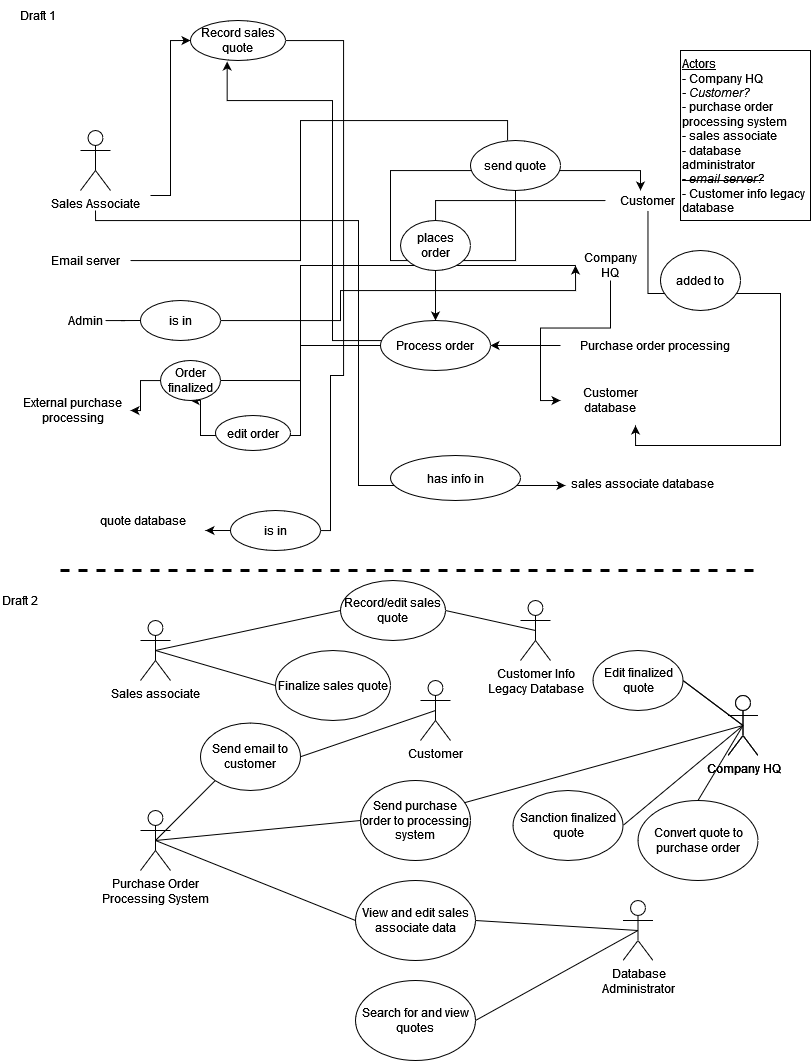
This is Case use Ojas version.drawio.png from ojsi/CSCI467-project, a draw.io export, as it was before one commit. Source tidied: cells renumbered, new cells last; positions are measured from the earlier drawing's top-left corner, leaving out a move shared by most shapes.
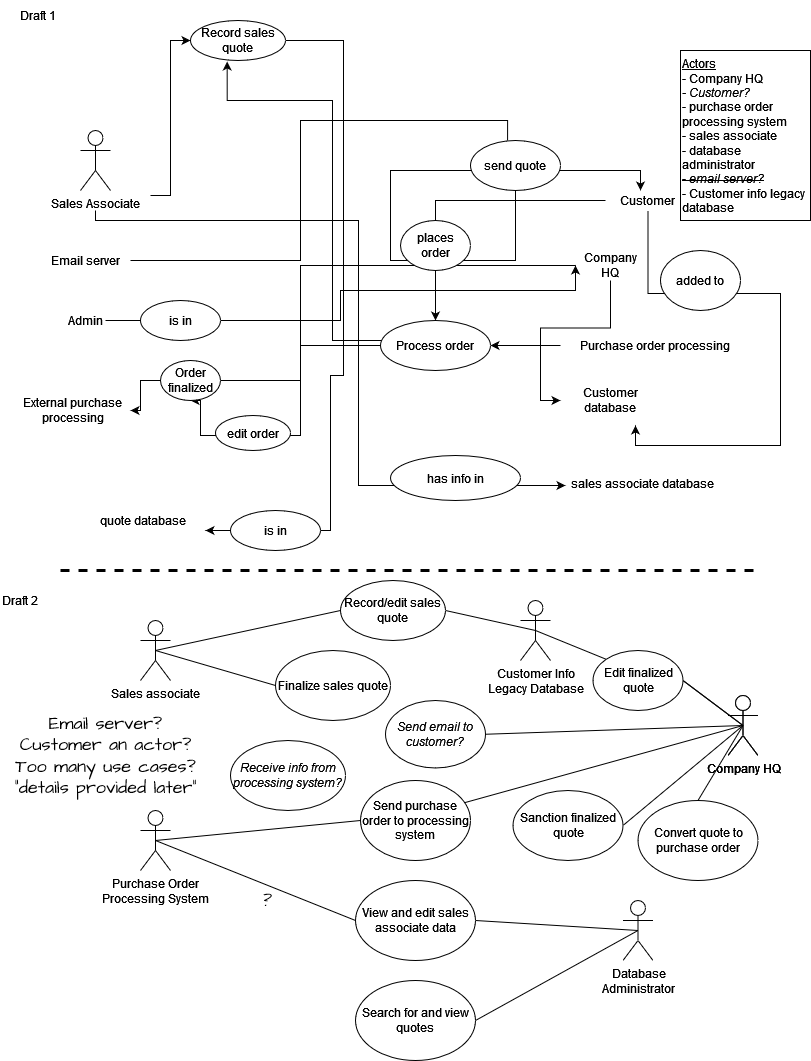
Above is the later version.

Commit message:
10/3/21 revision of use case model

Diff of the diagram source:
```diff
@@ -185,9 +185,6 @@
     <mxCell id="45" value="&lt;div&gt;Purchase Order&lt;/div&gt;&lt;div&gt;Processing System&lt;br&gt;&lt;/div&gt;" style="shape=umlActor;verticalLabelPosition=bottom;verticalAlign=top;html=1;outlineConnect=0;hachureGap=4;" parent="1" vertex="1">
       <mxGeometry x="140" y="810" width="30" height="60" as="geometry" />
     </mxCell>
-    <mxCell id="46" value="Customer" style="shape=umlActor;verticalLabelPosition=bottom;verticalAlign=top;html=1;outlineConnect=0;hachureGap=4;" parent="1" vertex="1">
-      <mxGeometry x="420" y="680" width="30" height="60" as="geometry" />
-    </mxCell>
     <mxCell id="47" style="edgeStyle=none;curved=1;rounded=0;jettySize=auto;html=1;exitX=0.5;exitY=0.5;exitDx=0;exitDy=0;exitPerimeter=0;entryX=1;entryY=0.5;entryDx=0;entryDy=0;endArrow=none;endFill=0;startSize=14;endSize=14;sourcePerimeterSpacing=8;targetPerimeterSpacing=8;strokeWidth=1;" parent="1" edge="1" source="48" target="49">
       <mxGeometry relative="1" as="geometry" />
     </mxCell>
@@ -220,11 +217,8 @@
     <mxCell id="56" style="endArrow=none;html=1;startSize=14;endSize=14;sourcePerimeterSpacing=8;targetPerimeterSpacing=8;exitX=0.5;exitY=0;exitDx=0;exitDy=0;entryX=0.5;entryY=0.5;entryDx=0;entryDy=0;entryPerimeter=0;" parent="1" edge="1" source="55" target="67">
       <mxGeometry relative="1" as="geometry" />
     </mxCell>
-    <mxCell id="57" style="edgeStyle=none;curved=1;rounded=0;jettySize=auto;html=1;exitX=0;exitY=1;exitDx=0;exitDy=0;entryX=0.5;entryY=0.5;entryDx=0;entryDy=0;entryPerimeter=0;endArrow=none;endFill=0;startSize=14;endSize=14;sourcePerimeterSpacing=8;targetPerimeterSpacing=8;strokeWidth=1;" parent="1" edge="1" source="58" target="45">
-      <mxGeometry relative="1" as="geometry" />
-    </mxCell>
-    <mxCell id="58" value="Send email to customer" style="ellipse;whiteSpace=wrap;html=1;hachureGap=4;" parent="1" vertex="1">
-      <mxGeometry x="200" y="722.5" width="100" height="67.5" as="geometry" />
+    <mxCell id="58" value="Send email to customer?" style="ellipse;whiteSpace=wrap;html=1;hachureGap=4;fontStyle=2;" parent="1" vertex="1">
+      <mxGeometry x="385" y="700" width="100" height="67.5" as="geometry" />
     </mxCell>
     <mxCell id="59" style="edgeStyle=none;curved=1;rounded=0;jettySize=auto;html=1;exitX=0;exitY=0.5;exitDx=0;exitDy=0;entryX=0.5;entryY=0.5;entryDx=0;entryDy=0;entryPerimeter=0;endArrow=none;endFill=0;startSize=14;endSize=14;sourcePerimeterSpacing=8;targetPerimeterSpacing=8;strokeWidth=1;" parent="1" edge="1" source="60" target="45">
       <mxGeometry relative="1" as="geometry" />
@@ -235,9 +229,6 @@
     <mxCell id="61" value="View and edit sales associate data" style="ellipse;whiteSpace=wrap;html=1;hachureGap=4;" parent="1" vertex="1">
       <mxGeometry x="355" y="880" width="120" height="80" as="geometry" />
     </mxCell>
-    <mxCell id="62" style="endArrow=none;html=1;startSize=14;endSize=14;sourcePerimeterSpacing=8;targetPerimeterSpacing=8;entryX=1;entryY=0.5;entryDx=0;entryDy=0;exitX=0.5;exitY=0.5;exitDx=0;exitDy=0;exitPerimeter=0;" parent="1" edge="1" source="46" target="58">
-      <mxGeometry relative="1" as="geometry" />
-    </mxCell>
     <mxCell id="63" style="endArrow=none;html=1;startSize=14;endSize=14;sourcePerimeterSpacing=8;targetPerimeterSpacing=8;entryX=0.5;entryY=0.5;entryDx=0;entryDy=0;entryPerimeter=0;exitX=0;exitY=0.5;exitDx=0;exitDy=0;" parent="1" edge="1" source="61" target="45">
       <mxGeometry relative="1" as="geometry" />
     </mxCell>
@@ -265,5 +256,20 @@
     <mxCell id="71" value="Draft 2" style="text;html=1;strokeColor=none;fillColor=none;align=center;verticalAlign=middle;whiteSpace=wrap;rounded=0;hachureGap=4;" parent="1" vertex="1">
       <mxGeometry y="590" width="40" height="20" as="geometry" />
     </mxCell>
+    <mxCell id="72" style="endArrow=none;html=1;startSize=14;endSize=14;sourcePerimeterSpacing=8;targetPerimeterSpacing=8;entryX=0;entryY=0;entryDx=0;entryDy=0;exitX=0.5;exitY=0.5;exitDx=0;exitDy=0;exitPerimeter=0;" parent="1" edge="1" source="48" target="69">
+      <mxGeometry relative="1" as="geometry" />
+    </mxCell>
+    <mxCell id="73" style="endArrow=none;html=1;startSize=14;endSize=14;sourcePerimeterSpacing=8;targetPerimeterSpacing=8;entryX=0.5;entryY=0.5;entryDx=0;entryDy=0;entryPerimeter=0;exitX=1;exitY=0.5;exitDx=0;exitDy=0;" parent="1" edge="1" source="58" target="67">
+      <mxGeometry relative="1" as="geometry" />
+    </mxCell>
+    <mxCell id="74" value="Receive info from processing system?" style="ellipse;whiteSpace=wrap;html=1;hachureGap=4;align=center;verticalAlign=middle;fontStyle=2;" parent="1" vertex="1">
+      <mxGeometry x="230" y="740" width="115" height="70" as="geometry" />
+    </mxCell>
+    <mxCell id="75" value="?" style="text;html=1;strokeColor=none;fillColor=none;align=center;verticalAlign=middle;whiteSpace=wrap;rounded=0;sketch=1;hachureGap=4;fontFamily=Architects Daughter;fontSource=https%3A%2F%2Ffonts.googleapis.com%2Fcss%3Ffamily%3DArchitects%2BDaughter;fontSize=18;fontStyle=2;" parent="1" vertex="1">
+      <mxGeometry x="245" y="890" width="40" height="20" as="geometry" />
+    </mxCell>
+    <mxCell id="76" value="&lt;div&gt;Email server?&lt;/div&gt;&lt;div&gt;Customer an actor?&lt;/div&gt;&lt;div&gt;Too many use cases?&lt;br&gt;&lt;/div&gt;&lt;div&gt;&quot;details provided later&quot;&lt;br&gt;&lt;/div&gt;" style="text;html=1;align=center;verticalAlign=middle;strokeColor=none;sketch=1;hachureGap=4;fontFamily=Architects Daughter;fontSource=https%3A%2F%2Ffonts.googleapis.com%2Fcss%3Ffamily%3DArchitects%2BDaughter;fontSize=18;rounded=0;fillColor=none;gradientColor=none;" parent="1" vertex="1">
+      <mxGeometry x="5" y="710" width="200" height="90" as="geometry" />
+    </mxCell>
   </root>
 </mxGraphModel>
```
